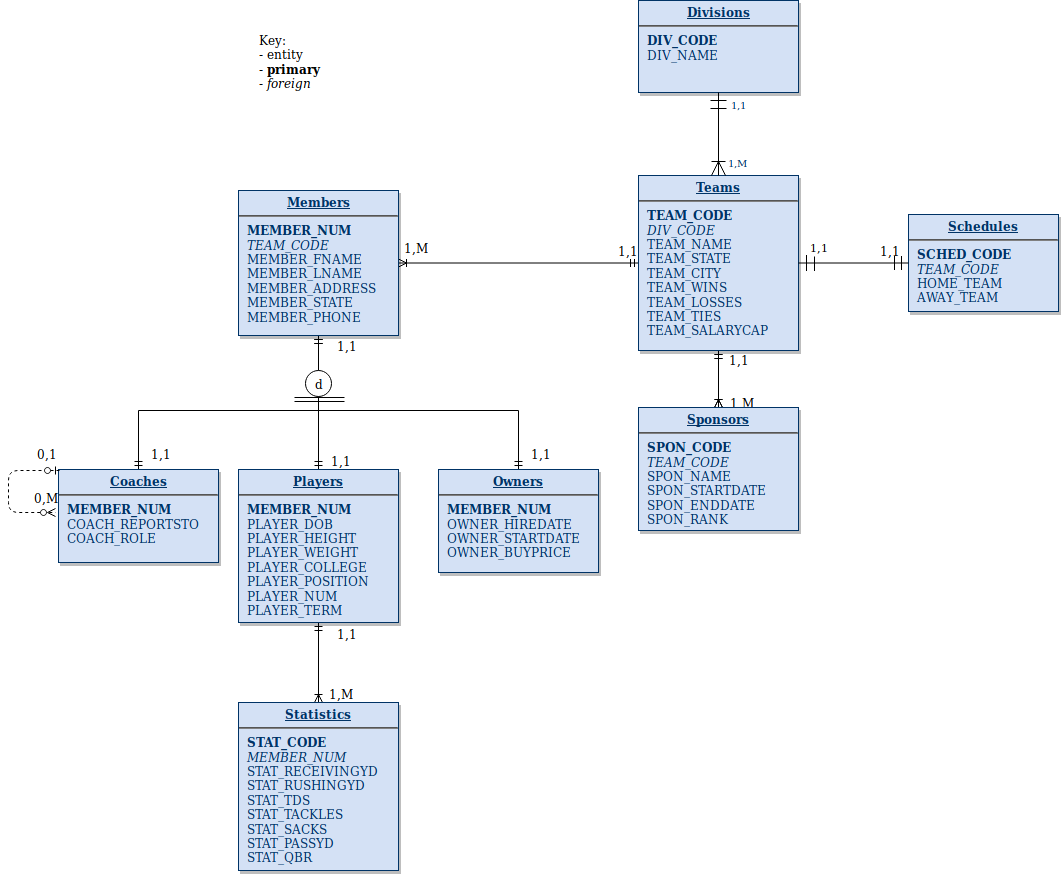
Before: football_db.png, a diagram exported from draw.io (molker/CSC3210-GroupProject). Source tidied: cells renumbered, new cells last; positions are measured from the earlier drawing's top-left corner, leaving out a move shared by most shapes.
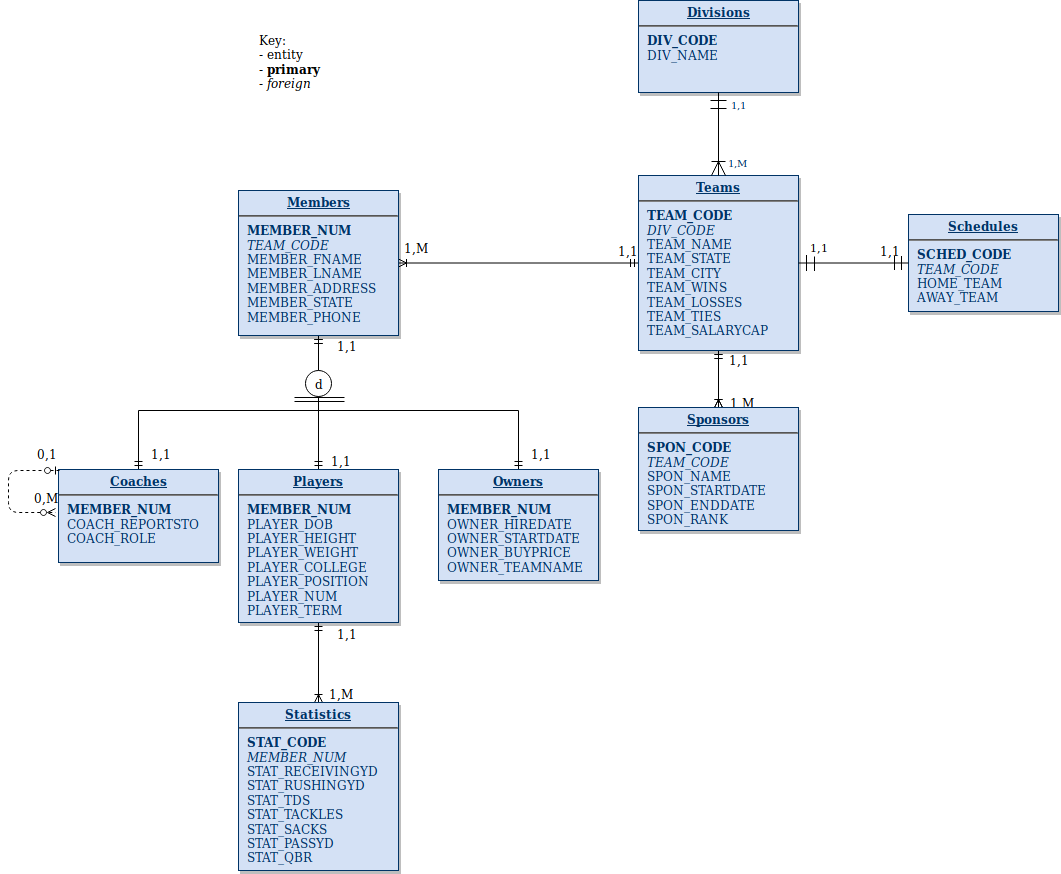
Above is the later version.

Commit message:
Added Owner TEAMNAME to PNG

What changed in the source:
```diff
@@ -86,8 +86,8 @@
     <mxCell id="23" value="&lt;p style=&quot;margin: 0px ; margin-top: 4px ; text-align: center ; text-decoration: underline&quot;&gt;&lt;strong&gt;Statistics&lt;br&gt;&lt;/strong&gt;&lt;/p&gt;&lt;hr&gt;&lt;p style=&quot;margin: 0px ; margin-left: 8px&quot;&gt;&lt;b&gt;STAT_CODE&lt;/b&gt;&lt;br&gt;&lt;/p&gt;&lt;p style=&quot;margin: 0px ; margin-left: 8px&quot;&gt;&lt;i&gt;MEMBER_NUM&lt;/i&gt;&lt;/p&gt;&lt;p style=&quot;margin: 0px ; margin-left: 8px&quot;&gt;STAT_RECEIVINGYD&lt;/p&gt;&lt;p style=&quot;margin: 0px ; margin-left: 8px&quot;&gt;STAT_RUSHINGYD&lt;/p&gt;&lt;p style=&quot;margin: 0px ; margin-left: 8px&quot;&gt;STAT_TDS&lt;/p&gt;&lt;p style=&quot;margin: 0px ; margin-left: 8px&quot;&gt;STAT_TACKLES&lt;/p&gt;&lt;p style=&quot;margin: 0px ; margin-left: 8px&quot;&gt;STAT_SACKS&lt;/p&gt;&lt;p style=&quot;margin: 0px ; margin-left: 8px&quot;&gt;STAT_PASSYD&lt;/p&gt;&lt;p style=&quot;margin: 0px ; margin-left: 8px&quot;&gt;STAT_QBR&lt;br&gt;&lt;/p&gt;" style="verticalAlign=top;align=left;overflow=fill;fontSize=12;fontFamily=Helvetica;html=1;strokeColor=#003366;shadow=1;fillColor=#D4E1F5;fontColor=#003366;" parent="1" vertex="1">
       <mxGeometry x="230" y="702" width="160" height="168" as="geometry" />
     </mxCell>
-    <mxCell id="24" value="&lt;p style=&quot;margin: 0px ; margin-top: 4px ; text-align: center ; text-decoration: underline&quot;&gt;&lt;strong&gt;Owners&lt;br&gt;&lt;/strong&gt;&lt;/p&gt;&lt;hr&gt;&lt;p style=&quot;margin: 0px ; margin-left: 8px&quot;&gt;&lt;b&gt;MEMBER_NUM&lt;/b&gt;&lt;/p&gt;&lt;p style=&quot;margin: 0px ; margin-left: 8px&quot;&gt;OWNER_HIREDATE&lt;/p&gt;&lt;p style=&quot;margin: 0px ; margin-left: 8px&quot;&gt;OWNER_STARTDATE&lt;/p&gt;&lt;p style=&quot;margin: 0px ; margin-left: 8px&quot;&gt;OWNER_BUYPRICE&lt;br&gt;&lt;/p&gt;" style="verticalAlign=top;align=left;overflow=fill;fontSize=12;fontFamily=Helvetica;html=1;strokeColor=#003366;shadow=1;fillColor=#D4E1F5;fontColor=#003366;" parent="1" vertex="1">
-      <mxGeometry x="430" y="469" width="160" height="103" as="geometry" />
+    <mxCell id="24" value="&lt;p style=&quot;margin: 0px ; margin-top: 4px ; text-align: center ; text-decoration: underline&quot;&gt;&lt;strong&gt;Owners&lt;br&gt;&lt;/strong&gt;&lt;/p&gt;&lt;hr&gt;&lt;p style=&quot;margin: 0px ; margin-left: 8px&quot;&gt;&lt;b&gt;MEMBER_NUM&lt;/b&gt;&lt;/p&gt;&lt;p style=&quot;margin: 0px ; margin-left: 8px&quot;&gt;OWNER_HIREDATE&lt;/p&gt;&lt;p style=&quot;margin: 0px ; margin-left: 8px&quot;&gt;OWNER_STARTDATE&lt;/p&gt;&lt;p style=&quot;margin: 0px ; margin-left: 8px&quot;&gt;OWNER_BUYPRICE&lt;/p&gt;&lt;p style=&quot;margin: 0px ; margin-left: 8px&quot;&gt;OWNER_TEAMNAME&lt;br&gt;&lt;/p&gt;" style="verticalAlign=top;align=left;overflow=fill;fontSize=12;fontFamily=Helvetica;html=1;strokeColor=#003366;shadow=1;fillColor=#D4E1F5;fontColor=#003366;" parent="1" vertex="1">
+      <mxGeometry x="430" y="469" width="160" height="111" as="geometry" />
     </mxCell>
     <mxCell id="25" style="endArrow=ERzeroToMany;dashed=1;html=1;exitX=0.006;exitY=0.009;exitDx=0;exitDy=0;exitPerimeter=0;startArrow=ERzeroToOne;startFill=1;endFill=1;" parent="1" edge="1" source="13">
       <mxGeometry relative="1" as="geometry">
```
